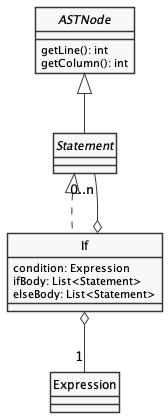
Above: docs/diagrams/Statements.png in uo271288/dlp-compiler (PlantUML), before the change. The source it was exported from:
```plantuml
@startuml Statements
skinparam style strictuml
skinparam monochrome true


interface ASTNode {
    getLine(): int
    getColumn(): int
}

interface Statement

class If {
    condition: Expression
    ifBody: List<Statement>
    elseBody: List<Statement>
}


ASTNode <|-- Statement
Statement <|.. If

If o-- "1" Expression
If o-- "0..n" Statement


@enduml
```
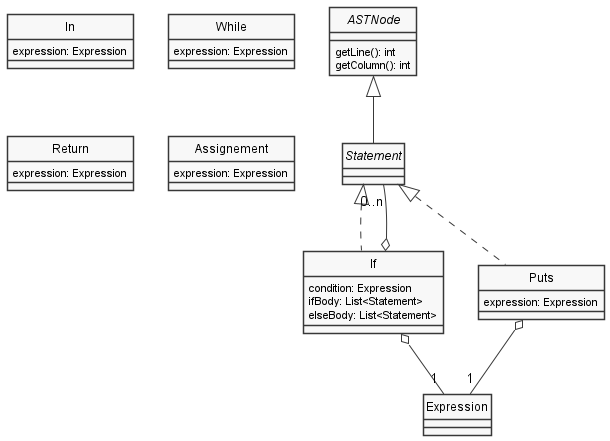
Above is the later version.

Commit message:
Program and Statement Diagram modified I have found what I think is an error in Program Diagram and fixed it. Also finished Statement Diagram

The edit, as a diff of the source:
```diff
@@ -16,11 +16,32 @@
     elseBody: List<Statement>
 }
 
+class Puts {
+    expression: Expression
+}
+
+class In {
+    expression: Expression
+}
+
+class While {
+    expression: Expression
+}
+
+class Return {
+    expression: Expression
+}
+
+class Assignement {
+    expression: Expression
+}
 
 ASTNode <|-- Statement
 Statement <|.. If
+Statement <|.. Puts
 
 If o-- "1" Expression
+Puts o-- "1" Expression
 If o-- "0..n" Statement
 
 
```
